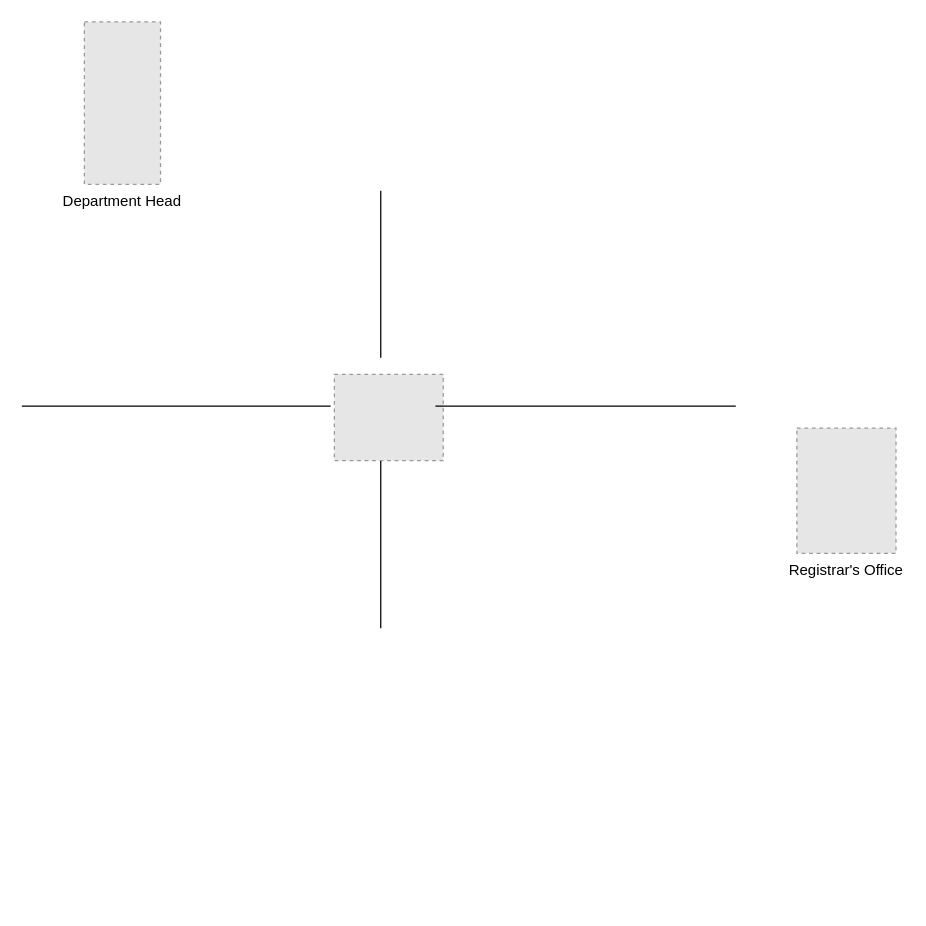
injamam00155/CSE303-sec-04-Group-03 keeps this draw.io diagram as Documentation/Rich_Picture_ASIS.drawio. Above is the earlier version. Source tidied: cells renumbered, new cells numbered last; positions are measured from the earlier drawing's top-left corner, leaving out a move shared by most shapes. Both pictures are drawn from the tidied source at 125%, with x=0, y=0 at pixel (21, 21). Pictures stored in the file or linked from it are replaced by grey dashed boxes.
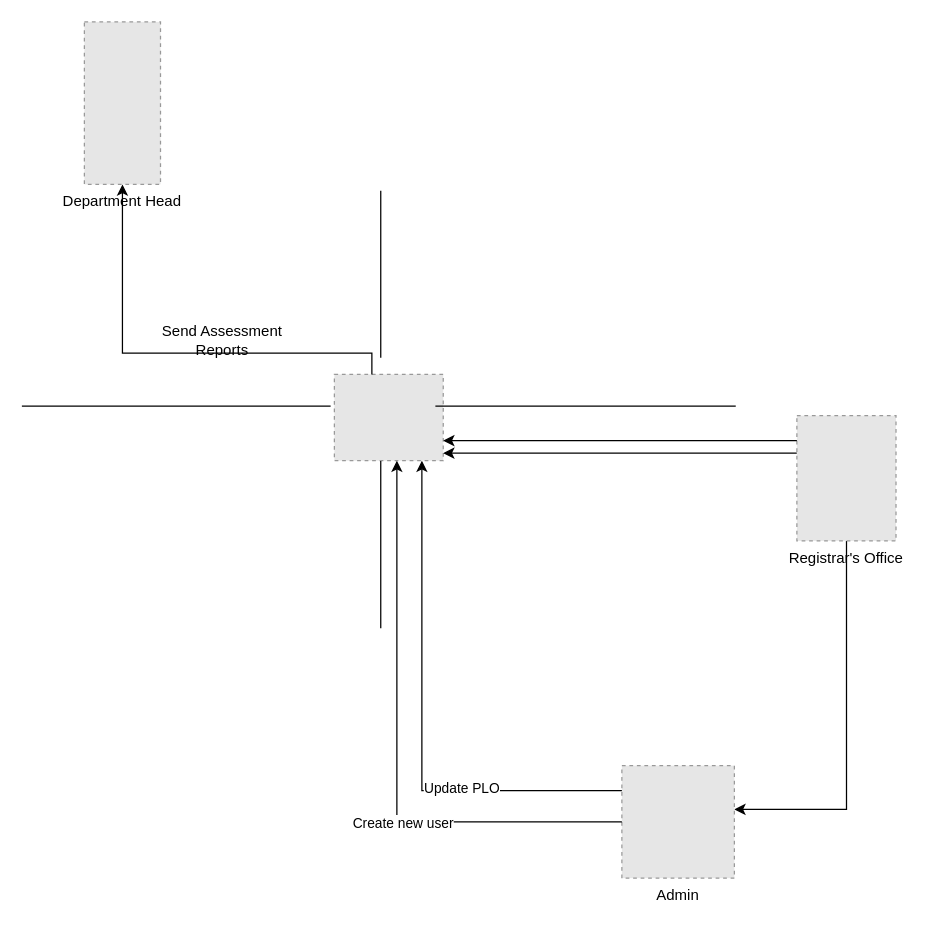
After the change.

Unchanged cells that the change refers to:
```xml
<mxCell id="2" value="Department Head" style="fillColor=#E6E6E6;strokeColor=#999999;dashed=1;verticalLabelPosition=bottom;verticalAlign=top;" parent="1" vertex="1">
  <mxGeometry x="50" width="60.9" height="130" as="geometry" />
</mxCell>
<mxCell id="3" style="fillColor=#E6E6E6;strokeColor=#999999;dashed=1;verticalLabelPosition=bottom;verticalAlign=top;" parent="1" vertex="1">
  <mxGeometry x="250" y="282" width="87.1" height="69" as="geometry" />
</mxCell>
```

Diff of the diagram source:
```diff
@@
+    <mxCell id="9" style="edgeStyle=orthogonalEdgeStyle;rounded=0;jettySize=auto;html=1;" parent="1" edge="1" source="8" target="11">
+      <mxGeometry relative="1" as="geometry">
+        <Array as="points">
+          <mxPoint x="660" y="630" />
+        </Array>
+      </mxGeometry>
+    </mxCell>
+    <mxCell id="10" style="edgeStyle=orthogonalEdgeStyle;rounded=0;jettySize=auto;html=1;" parent="1" edge="1" source="8" target="3">
+      <mxGeometry relative="1" as="geometry">
+        <Array as="points">
+          <mxPoint x="560" y="345" />
+          <mxPoint x="560" y="345" />
+        </Array>
+      </mxGeometry>
+    </mxCell>
     <mxCell id="8" value="Registrar's Office" style="fillColor=#E6E6E6;strokeColor=#999999;dashed=1;verticalLabelPosition=bottom;verticalAlign=top;" parent="1" vertex="1">
-      <mxGeometry x="620" y="325" width="79.3" height="100.2" as="geometry" />
+      <mxGeometry x="620" y="315" width="79.3" height="100.2" as="geometry" />
     </mxCell>
+    <mxCell id="11" value="Admin" style="fillColor=#E6E6E6;strokeColor=#999999;dashed=1;verticalLabelPosition=bottom;verticalAlign=top;" parent="1" vertex="1">
+      <mxGeometry x="480" y="595" width="90" height="90" as="geometry" />
+    </mxCell>
+    <mxCell id="12" style="edgeStyle=elbowEdgeStyle;elbow=vertical;endArrow=classic;html=1;rounded=0;" parent="1" edge="1" source="3" target="2">
+      <mxGeometry relative="1" as="geometry">
+        <Array as="points">
+          <mxPoint x="280" y="265" />
+          <mxPoint x="200" y="275" />
+          <mxPoint x="270" y="265" />
+          <mxPoint x="230" y="255" />
+          <mxPoint x="260" y="255" />
+          <mxPoint x="280" y="255" />
+          <mxPoint x="140" y="245" />
+          <mxPoint x="280" y="245" />
+          <mxPoint x="300" y="205" />
+        </Array>
+      </mxGeometry>
+    </mxCell>
+    <mxCell id="13" style="edgeStyle=elbowEdgeStyle;elbow=horizontal;endArrow=classic;html=1;rounded=0;" parent="1" edge="1" source="11" target="3">
+      <mxGeometry relative="1" as="geometry">
+        <Array as="points">
+          <mxPoint x="300" y="485" />
+          <mxPoint x="310" y="485" />
+        </Array>
+      </mxGeometry>
+    </mxCell>
+    <mxCell id="14" value="Create new user" style="edgeLabel;html=1;align=center;verticalAlign=middle;" parent="13" vertex="1">
+      <mxGeometry x="-0.25" relative="1" as="geometry" />
+    </mxCell>
+    <mxCell id="15" value="Send Assessment &lt;br&gt;Reports" style="text;html=1;align=center;verticalAlign=middle;strokeColor=none;fillColor=none;" parent="1" vertex="1">
+      <mxGeometry x="100" y="235" width="120" height="40" as="geometry" />
+    </mxCell>
+    <mxCell id="16" style="edgeStyle=elbowEdgeStyle;elbow=horizontal;endArrow=classic;html=1;rounded=0;" parent="1" edge="1" source="8" target="3">
+      <mxGeometry relative="1" as="geometry">
+        <Array as="points">
+          <mxPoint x="490" y="335" />
+        </Array>
+      </mxGeometry>
+    </mxCell>
+    <mxCell id="17" style="edgeStyle=elbowEdgeStyle;elbow=horizontal;endArrow=classic;html=1;rounded=0;" parent="1" edge="1" source="11" target="3">
+      <mxGeometry relative="1" as="geometry">
+        <Array as="points">
+          <mxPoint x="320" y="615" />
+          <mxPoint x="330" y="519" />
+        </Array>
+      </mxGeometry>
+    </mxCell>
+    <mxCell id="18" value="Update PLO" style="edgeLabel;html=1;align=center;verticalAlign=middle;" parent="17" vertex="1">
+      <mxGeometry x="-0.39" y="-3" relative="1" as="geometry" />
+    </mxCell>
```
